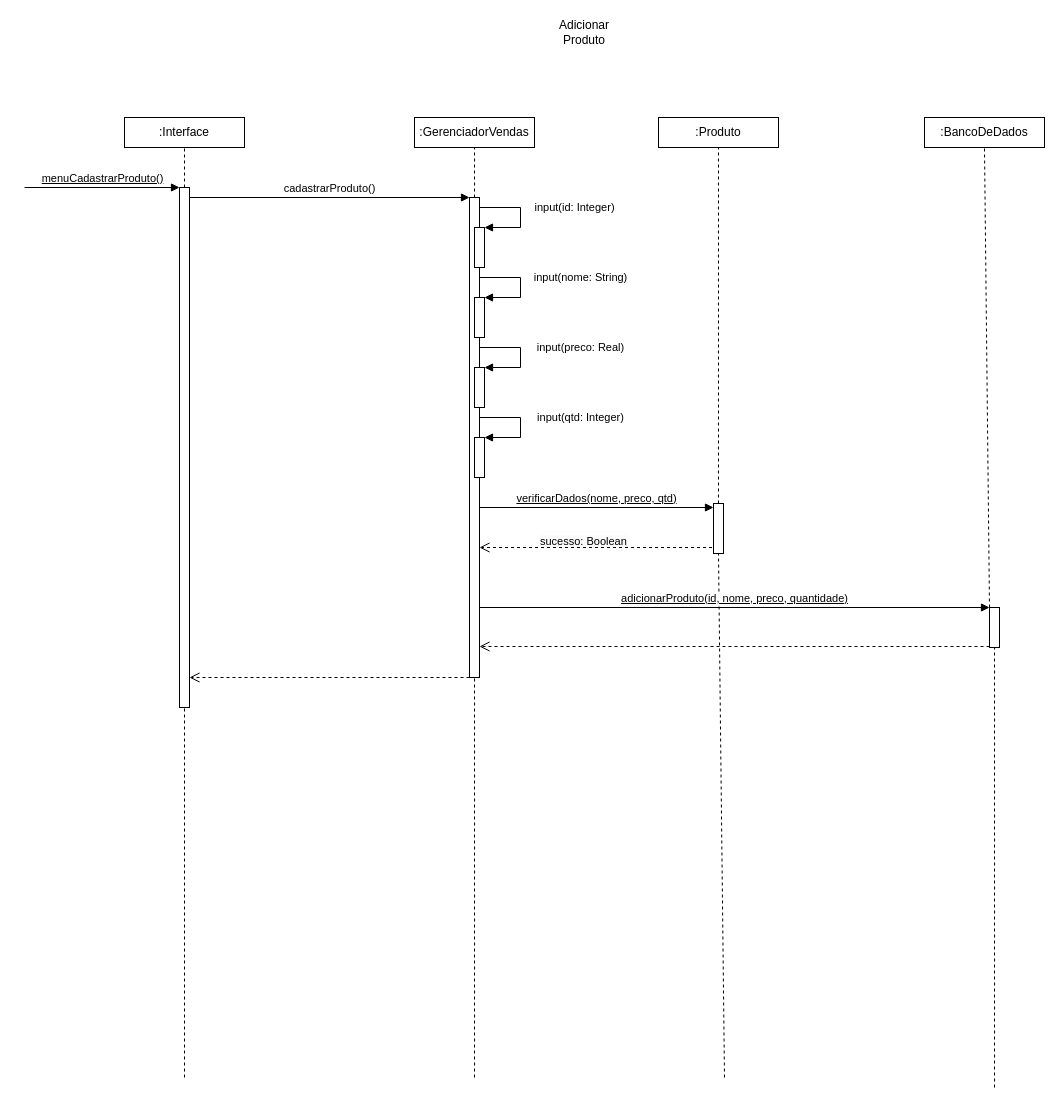
guifrazao/PROJETO_ESW1 keeps this draw.io diagram as CASOS_DE_USO/DSS_PROJETO/dss_adicionar_produto.drawio. Above is the earlier version. Source tidied: cells renumbered, new cells numbered last; positions are measured from the earlier drawing's top-left corner, leaving out a move shared by most shapes. Both pictures are drawn from the tidied source at 100%, with x=0, y=0 at pixel (24, 17).
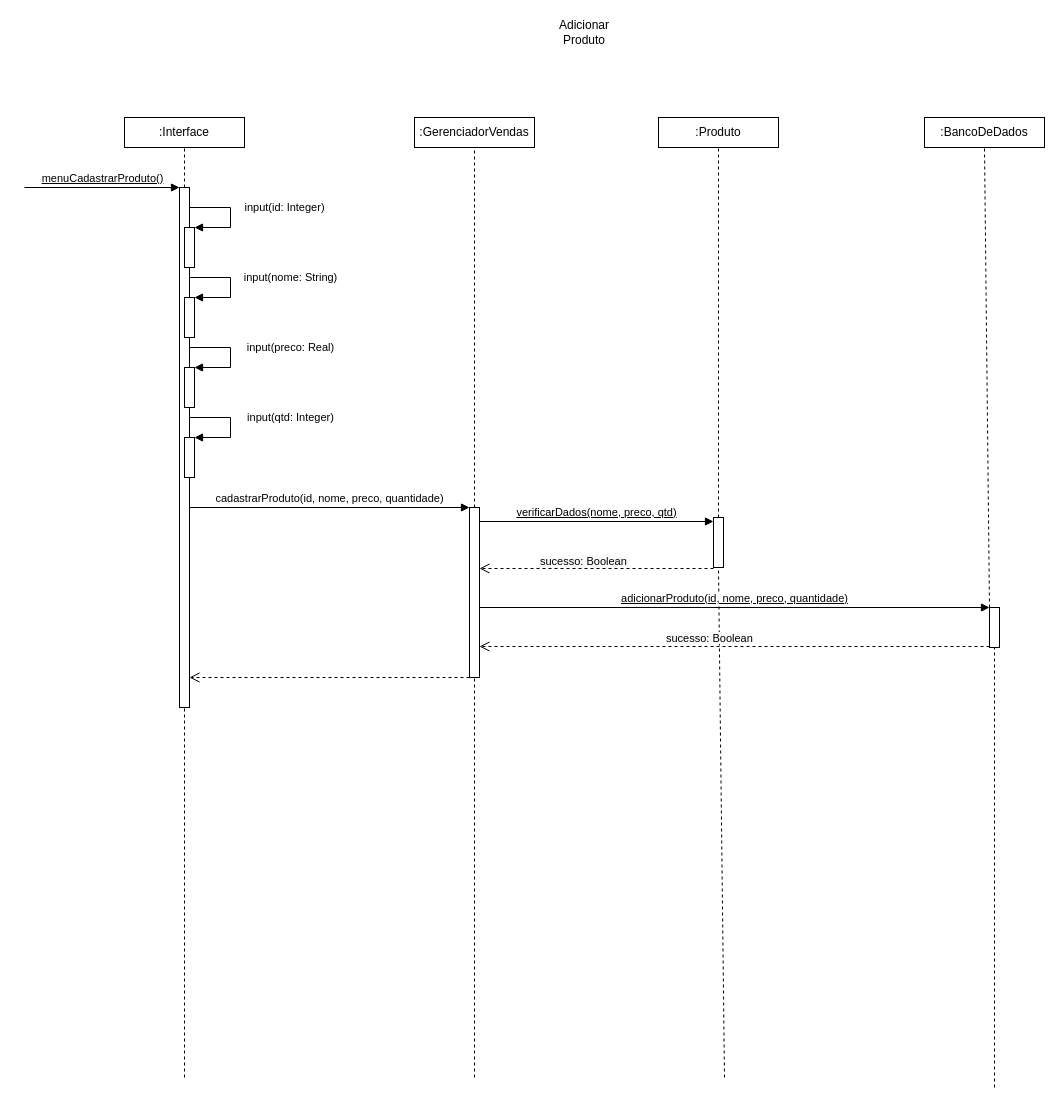
The same diagram, later.

The change refers to these unchanged cells:
```xml
<mxCell id="24" style="html=1;points=[[0,0,0,0,5],[0,1,0,0,-5],[1,0,0,0,5],[1,1,0,0,-5]];perimeter=orthogonalPerimeter;outlineConnect=0;targetShapes=umlLifeline;portConstraint=eastwest;newEdgeStyle={&quot;curved&quot;:0,&quot;rounded&quot;:0};" parent="1" vertex="1">
  <mxGeometry x="155" y="170" width="10" height="520" as="geometry" />
</mxCell>
```

The edit, as a diff of the source:
```diff
@@
     <mxCell id="6" style="html=1;points=[[0,0,0,0,5],[0,1,0,0,-5],[1,0,0,0,5],[1,1,0,0,-5]];perimeter=orthogonalPerimeter;outlineConnect=0;targetShapes=umlLifeline;portConstraint=eastwest;newEdgeStyle={&quot;curved&quot;:0,&quot;rounded&quot;:0};" parent="1" vertex="1">
-      <mxGeometry x="445" y="180" width="10" height="480" as="geometry" />
+      <mxGeometry x="445" y="490" width="10" height="170" as="geometry" />
     </mxCell>
-    <mxCell id="7" value="cadastrarProduto()" style="html=1;verticalAlign=bottom;endArrow=block;curved=0;rounded=0;entryX=0;entryY=0;entryDx=0;entryDy=5;" parent="1" edge="1" source="24">
+    <mxCell id="7" value="cadastrarProduto(id, nome, preco, quantidade)" style="html=1;verticalAlign=bottom;endArrow=block;curved=0;rounded=0;entryX=0;entryY=0;entryDx=0;entryDy=5;" parent="1" edge="1">
       <mxGeometry relative="1" as="geometry">
-        <mxPoint x="445" y="180" as="targetPoint" />
+        <mxPoint x="165" y="490" as="sourcePoint" />
+        <mxPoint x="445" y="490" as="targetPoint" />
       </mxGeometry>
     </mxCell>
@@
-    <mxCell id="10" style="html=1;points=[[0,0,0,0,5],[0,1,0,0,-5],[1,0,0,0,5],[1,1,0,0,-5]];perimeter=orthogonalPerimeter;outlineConnect=0;targetShapes=umlLifeline;portConstraint=eastwest;newEdgeStyle={&quot;curved&quot;:0,&quot;rounded&quot;:0};" parent="1" vertex="1">
-      <mxGeometry x="450" y="210" width="10" height="40" as="geometry" />
-    </mxCell>
-    <mxCell id="11" value="input(id: Integer)" style="html=1;verticalAlign=bottom;endArrow=block;rounded=0;edgeStyle=orthogonalEdgeStyle;" parent="1" edge="1" target="10">
-      <mxGeometry x="0.04" y="54" relative="1" as="geometry">
-        <mxPoint x="455" y="190" as="sourcePoint" />
-        <Array as="points">
-          <mxPoint x="496" y="190" />
-          <mxPoint x="496" y="210" />
-        </Array>
-      </mxGeometry>
-    </mxCell>
-    <mxCell id="12" style="html=1;points=[[0,0,0,0,5],[0,1,0,0,-5],[1,0,0,0,5],[1,1,0,0,-5]];perimeter=orthogonalPerimeter;outlineConnect=0;targetShapes=umlLifeline;portConstraint=eastwest;newEdgeStyle={&quot;curved&quot;:0,&quot;rounded&quot;:0};" parent="1" vertex="1">
-      <mxGeometry x="450" y="280" width="10" height="40" as="geometry" />
-    </mxCell>
-    <mxCell id="13" value="input(nome: String)" style="html=1;verticalAlign=bottom;endArrow=block;rounded=0;edgeStyle=orthogonalEdgeStyle;" parent="1" edge="1" target="12">
-      <mxGeometry x="0.04" y="60" relative="1" as="geometry">
-        <mxPoint x="455" y="260" as="sourcePoint" />
-        <Array as="points">
-          <mxPoint x="496" y="260" />
-          <mxPoint x="496" y="280" />
-        </Array>
-      </mxGeometry>
-    </mxCell>
-    <mxCell id="14" style="html=1;points=[[0,0,0,0,5],[0,1,0,0,-5],[1,0,0,0,5],[1,1,0,0,-5]];perimeter=orthogonalPerimeter;outlineConnect=0;targetShapes=umlLifeline;portConstraint=eastwest;newEdgeStyle={&quot;curved&quot;:0,&quot;rounded&quot;:0};" parent="1" vertex="1">
-      <mxGeometry x="450" y="350" width="10" height="40" as="geometry" />
-    </mxCell>
-    <mxCell id="15" value="input(preco: Real)" style="html=1;verticalAlign=bottom;endArrow=block;rounded=0;edgeStyle=orthogonalEdgeStyle;" parent="1" edge="1" target="14">
-      <mxGeometry x="0.04" y="60" relative="1" as="geometry">
-        <mxPoint x="455" y="330" as="sourcePoint" />
-        <Array as="points">
-          <mxPoint x="496" y="330" />
-          <mxPoint x="496" y="350" />
-        </Array>
-      </mxGeometry>
-    </mxCell>
-    <mxCell id="16" style="html=1;points=[[0,0,0,0,5],[0,1,0,0,-5],[1,0,0,0,5],[1,1,0,0,-5]];perimeter=orthogonalPerimeter;outlineConnect=0;targetShapes=umlLifeline;portConstraint=eastwest;newEdgeStyle={&quot;curved&quot;:0,&quot;rounded&quot;:0};" parent="1" vertex="1">
-      <mxGeometry x="450" y="420" width="10" height="40" as="geometry" />
-    </mxCell>
-    <mxCell id="17" value="input(qtd: Integer)" style="html=1;verticalAlign=bottom;endArrow=block;rounded=0;edgeStyle=orthogonalEdgeStyle;" parent="1" edge="1" target="16">
-      <mxGeometry x="0.04" y="60" relative="1" as="geometry">
-        <mxPoint x="455" y="400" as="sourcePoint" />
-        <Array as="points">
-          <mxPoint x="496" y="400" />
-          <mxPoint x="496" y="420" />
-        </Array>
-      </mxGeometry>
-    </mxCell>
     <mxCell id="18" value="&lt;u&gt;verificarDados(nome, preco, qtd)&lt;/u&gt;" style="html=1;verticalAlign=bottom;endArrow=block;curved=0;rounded=0;" parent="1" edge="1" target="20">
       <mxGeometry relative="1" as="geometry">
-        <mxPoint x="455" y="490" as="sourcePoint" />
+        <mxPoint x="455" y="504" as="sourcePoint" />
       </mxGeometry>
     </mxCell>
@@
     <mxCell id="20" style="html=1;points=[[0,0,0,0,5],[0,1,0,0,-5],[1,0,0,0,5],[1,1,0,0,-5]];perimeter=orthogonalPerimeter;outlineConnect=0;targetShapes=umlLifeline;portConstraint=eastwest;newEdgeStyle={&quot;curved&quot;:0,&quot;rounded&quot;:0};" parent="1" vertex="1">
-      <mxGeometry x="689" y="486" width="10" height="50" as="geometry" />
+      <mxGeometry x="689" y="500" width="10" height="50" as="geometry" />
     </mxCell>
@@
-    <mxCell id="30" style="html=1;verticalAlign=bottom;endArrow=open;dashed=1;endSize=8;curved=0;rounded=0;" parent="1" edge="1" target="6">
+    <mxCell id="30" style="html=1;verticalAlign=bottom;endArrow=open;dashed=1;endSize=8;curved=0;rounded=0;" parent="1" edge="1">
       <mxGeometry relative="1" as="geometry">
-        <mxPoint x="687.5" y="530" as="sourcePoint" />
+        <mxPoint x="689" y="551" as="sourcePoint" />
+        <mxPoint x="455" y="551" as="targetPoint" />
       </mxGeometry>
     </mxCell>
@@
     <mxCell id="34" value="&lt;span style=&quot;color: rgb(0, 0, 0); font-family: Helvetica; font-size: 11px; font-style: normal; font-variant-ligatures: normal; font-variant-caps: normal; font-weight: 400; letter-spacing: normal; orphans: 2; text-align: center; text-indent: 0px; text-transform: none; widows: 2; word-spacing: 0px; -webkit-text-stroke-width: 0px; white-space: nowrap; background-color: rgb(251, 251, 251); text-decoration-thickness: initial; text-decoration-style: initial; text-decoration-color: initial; display: inline !important; float: none;&quot;&gt;sucesso: Boolean&lt;/span&gt;" style="text;whiteSpace=wrap;html=1;" parent="1" vertex="1">
-      <mxGeometry x="514" y="510" width="120" height="40" as="geometry" />
+      <mxGeometry x="514" y="530" width="120" height="40" as="geometry" />
     </mxCell>
+    <mxCell id="35" style="html=1;points=[[0,0,0,0,5],[0,1,0,0,-5],[1,0,0,0,5],[1,1,0,0,-5]];perimeter=orthogonalPerimeter;outlineConnect=0;targetShapes=umlLifeline;portConstraint=eastwest;newEdgeStyle={&quot;curved&quot;:0,&quot;rounded&quot;:0};" parent="1" vertex="1">
+      <mxGeometry x="160" y="210" width="10" height="40" as="geometry" />
+    </mxCell>
+    <mxCell id="11" value="input(id: Integer)" style="html=1;verticalAlign=bottom;endArrow=block;rounded=0;edgeStyle=orthogonalEdgeStyle;" parent="1" edge="1" target="35">
+      <mxGeometry x="0.04" y="54" relative="1" as="geometry">
+        <mxPoint x="165" y="190" as="sourcePoint" />
+        <Array as="points">
+          <mxPoint x="206" y="190" />
+          <mxPoint x="206" y="210" />
+        </Array>
+      </mxGeometry>
+    </mxCell>
+    <mxCell id="36" style="html=1;points=[[0,0,0,0,5],[0,1,0,0,-5],[1,0,0,0,5],[1,1,0,0,-5]];perimeter=orthogonalPerimeter;outlineConnect=0;targetShapes=umlLifeline;portConstraint=eastwest;newEdgeStyle={&quot;curved&quot;:0,&quot;rounded&quot;:0};" parent="1" vertex="1">
+      <mxGeometry x="160" y="280" width="10" height="40" as="geometry" />
+    </mxCell>
+    <mxCell id="13" value="input(nome: String)" style="html=1;verticalAlign=bottom;endArrow=block;rounded=0;edgeStyle=orthogonalEdgeStyle;" parent="1" edge="1" target="36">
+      <mxGeometry x="0.04" y="60" relative="1" as="geometry">
+        <mxPoint x="165" y="260" as="sourcePoint" />
+        <Array as="points">
+          <mxPoint x="206" y="260" />
+          <mxPoint x="206" y="280" />
+        </Array>
+      </mxGeometry>
+    </mxCell>
+    <mxCell id="37" style="html=1;points=[[0,0,0,0,5],[0,1,0,0,-5],[1,0,0,0,5],[1,1,0,0,-5]];perimeter=orthogonalPerimeter;outlineConnect=0;targetShapes=umlLifeline;portConstraint=eastwest;newEdgeStyle={&quot;curved&quot;:0,&quot;rounded&quot;:0};" parent="1" vertex="1">
+      <mxGeometry x="160" y="350" width="10" height="40" as="geometry" />
+    </mxCell>
+    <mxCell id="15" value="input(preco: Real)" style="html=1;verticalAlign=bottom;endArrow=block;rounded=0;edgeStyle=orthogonalEdgeStyle;" parent="1" edge="1" target="37">
+      <mxGeometry x="0.04" y="60" relative="1" as="geometry">
+        <mxPoint x="165" y="330" as="sourcePoint" />
+        <Array as="points">
+          <mxPoint x="206" y="330" />
+          <mxPoint x="206" y="350" />
+        </Array>
+      </mxGeometry>
+    </mxCell>
+    <mxCell id="38" style="html=1;points=[[0,0,0,0,5],[0,1,0,0,-5],[1,0,0,0,5],[1,1,0,0,-5]];perimeter=orthogonalPerimeter;outlineConnect=0;targetShapes=umlLifeline;portConstraint=eastwest;newEdgeStyle={&quot;curved&quot;:0,&quot;rounded&quot;:0};" parent="1" vertex="1">
+      <mxGeometry x="160" y="420" width="10" height="40" as="geometry" />
+    </mxCell>
+    <mxCell id="17" value="input(qtd: Integer)" style="html=1;verticalAlign=bottom;endArrow=block;rounded=0;edgeStyle=orthogonalEdgeStyle;" parent="1" edge="1" target="38">
+      <mxGeometry x="0.04" y="60" relative="1" as="geometry">
+        <mxPoint x="165" y="400" as="sourcePoint" />
+        <Array as="points">
+          <mxPoint x="206" y="400" />
+          <mxPoint x="206" y="420" />
+        </Array>
+      </mxGeometry>
+    </mxCell>
+    <mxCell id="39" value="&lt;span style=&quot;color: rgb(0, 0, 0); font-family: Helvetica; font-size: 11px; font-style: normal; font-variant-ligatures: normal; font-variant-caps: normal; font-weight: 400; letter-spacing: normal; orphans: 2; text-align: center; text-indent: 0px; text-transform: none; widows: 2; word-spacing: 0px; -webkit-text-stroke-width: 0px; white-space: nowrap; background-color: rgb(251, 251, 251); text-decoration-thickness: initial; text-decoration-style: initial; text-decoration-color: initial; display: inline !important; float: none;&quot;&gt;sucesso: Boolean&lt;/span&gt;" style="text;whiteSpace=wrap;html=1;" parent="1" vertex="1">
+      <mxGeometry x="640" y="607" width="120" height="40" as="geometry" />
+    </mxCell>
```
